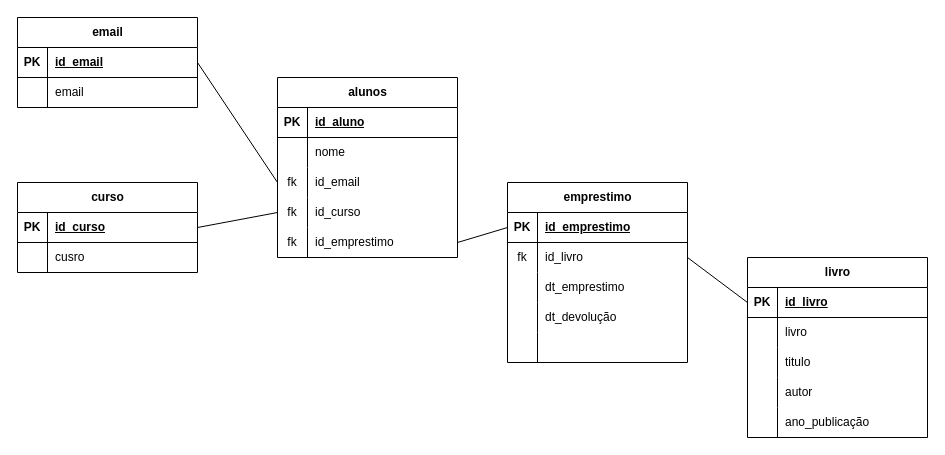
Earlier version of the draw.io diagram atividades/bcd/2-atividade/atividade 1_empresa/atividade_empresa.drawio (eyckjaardel99-del/repositorioSENAI). Source tidied: cells renumbered, new cells numbered last; positions are measured from the earlier drawing's top-left corner, leaving out a move shared by most shapes. Both pictures are drawn from the tidied source at 100%, with x=0, y=0 at pixel (17, 17).
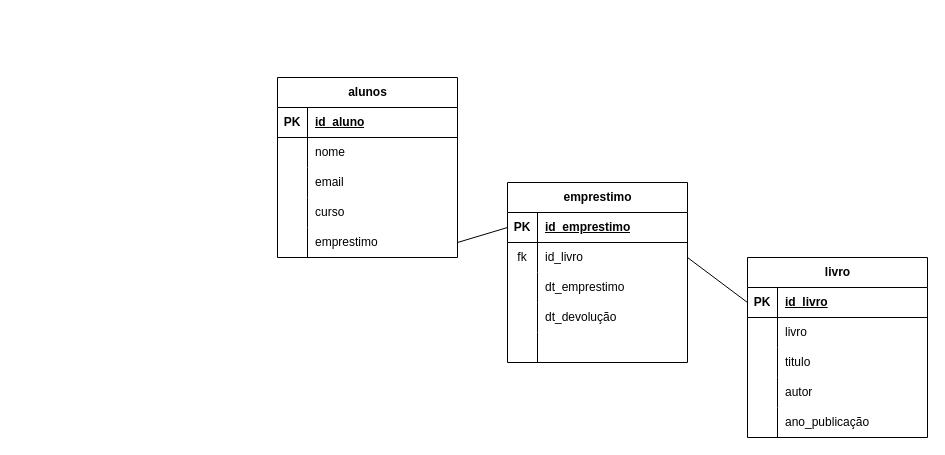
The same diagram, later.

The change refers to these unchanged cells:
```xml
<mxCell id="9" style="shape=tableRow;horizontal=0;startSize=0;swimlaneHead=0;swimlaneBody=0;fillColor=none;points=[[0,0.5],[1,0.5]];portConstraint=eastwest;top=0;left=0;right=0;bottom=0;" parent="2" vertex="1">
  <mxGeometry y="90" width="180" height="30" as="geometry" />
</mxCell>
<mxCell id="12" style="shape=tableRow;horizontal=0;startSize=0;swimlaneHead=0;swimlaneBody=0;fillColor=none;points=[[0,0.5],[1,0.5]];portConstraint=eastwest;top=0;left=0;right=0;bottom=0;" parent="2" vertex="1">
  <mxGeometry y="120" width="180" height="30" as="geometry" />
</mxCell>
<mxCell id="15" style="shape=tableRow;horizontal=0;startSize=0;swimlaneHead=0;swimlaneBody=0;fillColor=none;points=[[0,0.5],[1,0.5]];portConstraint=eastwest;top=0;left=0;right=0;bottom=0;" parent="2" vertex="1">
  <mxGeometry y="150" width="180" height="30" as="geometry" />
</mxCell>
```

The edit, as a diff of the source:
```diff
@@
-    <mxCell id="10" value="fk" style="shape=partialRectangle;fillColor=none;top=0;left=0;bottom=0;right=0;overflow=hidden;whiteSpace=wrap;html=1;" parent="9" vertex="1">
+    <mxCell id="10" style="shape=partialRectangle;fillColor=none;top=0;left=0;bottom=0;right=0;overflow=hidden;whiteSpace=wrap;html=1;" parent="9" vertex="1">
       <mxGeometry width="30" height="30" as="geometry" />
     </mxCell>
-    <mxCell id="11" value="id_email" style="shape=partialRectangle;fillColor=none;top=0;left=0;bottom=0;right=0;align=left;spacingLeft=6;overflow=hidden;whiteSpace=wrap;html=1;" parent="9" vertex="1">
+    <mxCell id="11" value="email" style="shape=partialRectangle;fillColor=none;top=0;left=0;bottom=0;right=0;align=left;spacingLeft=6;overflow=hidden;whiteSpace=wrap;html=1;" parent="9" vertex="1">
       <mxGeometry x="30" width="150" height="30" as="geometry" />
     </mxCell>
@@
-    <mxCell id="13" value="fk" style="shape=partialRectangle;fillColor=none;top=0;left=0;bottom=0;right=0;overflow=hidden;whiteSpace=wrap;html=1;" parent="12" vertex="1">
+    <mxCell id="13" style="shape=partialRectangle;fillColor=none;top=0;left=0;bottom=0;right=0;overflow=hidden;whiteSpace=wrap;html=1;" parent="12" vertex="1">
       <mxGeometry width="30" height="30" as="geometry" />
     </mxCell>
-    <mxCell id="14" value="id_curso" style="shape=partialRectangle;fillColor=none;top=0;left=0;bottom=0;right=0;align=left;spacingLeft=6;overflow=hidden;whiteSpace=wrap;html=1;" parent="12" vertex="1">
+    <mxCell id="14" value="curso" style="shape=partialRectangle;fillColor=none;top=0;left=0;bottom=0;right=0;align=left;spacingLeft=6;overflow=hidden;whiteSpace=wrap;html=1;" parent="12" vertex="1">
       <mxGeometry x="30" width="150" height="30" as="geometry" />
     </mxCell>
@@
-    <mxCell id="16" value="fk" style="shape=partialRectangle;fillColor=none;top=0;left=0;bottom=0;right=0;overflow=hidden;whiteSpace=wrap;html=1;" parent="15" vertex="1">
+    <mxCell id="16" style="shape=partialRectangle;fillColor=none;top=0;left=0;bottom=0;right=0;overflow=hidden;whiteSpace=wrap;html=1;" parent="15" vertex="1">
       <mxGeometry width="30" height="30" as="geometry" />
     </mxCell>
-    <mxCell id="17" value="id_emprestimo" style="shape=partialRectangle;fillColor=none;top=0;left=0;bottom=0;right=0;align=left;spacingLeft=6;overflow=hidden;whiteSpace=wrap;html=1;" parent="15" vertex="1">
+    <mxCell id="17" value="emprestimo" style="shape=partialRectangle;fillColor=none;top=0;left=0;bottom=0;right=0;align=left;spacingLeft=6;overflow=hidden;whiteSpace=wrap;html=1;" parent="15" vertex="1">
       <mxGeometry x="30" width="150" height="30" as="geometry" />
     </mxCell>
@@
-    <mxCell id="50" value="email" style="shape=table;startSize=30;childLayout=tableLayout;rowLines=0;fontStyle=1;align=center;html=1;" parent="1" vertex="1">
-      <mxGeometry width="180" height="90" as="geometry" />
-    </mxCell>
-    <mxCell id="51" style="shape=tableRow;horizontal=0;startSize=0;swimlaneHead=0;swimlaneBody=0;fillColor=none;points=[[0,0.5],[1,0.5]];portConstraint=eastwest;top=0;left=0;right=0;bottom=1;" parent="50" vertex="1">
-      <mxGeometry y="30" width="180" height="30" as="geometry" />
-    </mxCell>
-    <mxCell id="52" value="PK" style="shape=partialRectangle;fillColor=none;top=0;left=0;bottom=0;right=0;fontStyle=1;overflow=hidden;whiteSpace=wrap;html=1;" parent="51" vertex="1">
-      <mxGeometry width="30" height="30" as="geometry" />
-    </mxCell>
-    <mxCell id="53" value="id_email" style="shape=partialRectangle;fillColor=none;top=0;left=0;bottom=0;right=0;align=left;spacingLeft=6;fontStyle=5;overflow=hidden;whiteSpace=wrap;html=1;" parent="51" vertex="1">
-      <mxGeometry x="30" width="150" height="30" as="geometry" />
-    </mxCell>
-    <mxCell id="54" style="shape=tableRow;horizontal=0;startSize=0;swimlaneHead=0;swimlaneBody=0;fillColor=none;top=0;left=0;right=0;bottom=0;" parent="50" vertex="1">
-      <mxGeometry y="60" width="180" height="30" as="geometry" />
-    </mxCell>
-    <mxCell id="55" style="shape=partialRectangle;fillColor=none;top=0;left=0;bottom=0;right=0;overflow=hidden;whiteSpace=wrap;html=1;" parent="54" vertex="1">
-      <mxGeometry width="30" height="30" as="geometry" />
-    </mxCell>
-    <mxCell id="56" value="email" style="shape=partialRectangle;fillColor=none;top=0;left=0;bottom=0;right=0;align=left;spacingLeft=6;overflow=hidden;whiteSpace=wrap;html=1;" parent="54" vertex="1">
-      <mxGeometry x="30" width="150" height="30" as="geometry" />
-    </mxCell>
-    <mxCell id="57" value="curso" style="shape=table;startSize=30;childLayout=tableLayout;rowLines=0;fontStyle=1;align=center;html=1;" parent="1" vertex="1">
-      <mxGeometry y="165" width="180" height="90" as="geometry" />
-    </mxCell>
-    <mxCell id="58" style="shape=tableRow;horizontal=0;startSize=0;swimlaneHead=0;swimlaneBody=0;fillColor=none;points=[[0,0.5],[1,0.5]];portConstraint=eastwest;top=0;left=0;right=0;bottom=1;" parent="57" vertex="1">
-      <mxGeometry y="30" width="180" height="30" as="geometry" />
-    </mxCell>
-    <mxCell id="59" value="PK" style="shape=partialRectangle;fillColor=none;top=0;left=0;bottom=0;right=0;fontStyle=1;overflow=hidden;whiteSpace=wrap;html=1;" parent="58" vertex="1">
-      <mxGeometry width="30" height="30" as="geometry" />
-    </mxCell>
-    <mxCell id="60" value="id_curso" style="shape=partialRectangle;fillColor=none;top=0;left=0;bottom=0;right=0;align=left;spacingLeft=6;fontStyle=5;overflow=hidden;whiteSpace=wrap;html=1;" parent="58" vertex="1">
-      <mxGeometry x="30" width="150" height="30" as="geometry" />
-    </mxCell>
-    <mxCell id="61" style="shape=tableRow;horizontal=0;startSize=0;swimlaneHead=0;swimlaneBody=0;fillColor=none;top=0;left=0;right=0;bottom=0;" parent="57" vertex="1">
-      <mxGeometry y="60" width="180" height="30" as="geometry" />
-    </mxCell>
-    <mxCell id="62" style="shape=partialRectangle;fillColor=none;top=0;left=0;bottom=0;right=0;overflow=hidden;whiteSpace=wrap;html=1;" parent="61" vertex="1">
-      <mxGeometry width="30" height="30" as="geometry" />
-    </mxCell>
-    <mxCell id="63" value="cusro" style="shape=partialRectangle;fillColor=none;top=0;left=0;bottom=0;right=0;align=left;spacingLeft=6;overflow=hidden;whiteSpace=wrap;html=1;" parent="61" vertex="1">
-      <mxGeometry x="30" width="150" height="30" as="geometry" />
-    </mxCell>
-    <mxCell id="64" style="rounded=0;jettySize=auto;html=1;exitX=1;exitY=0.5;exitDx=0;exitDy=0;entryX=0;entryY=0.5;entryDx=0;entryDy=0;endArrow=none;endFill=0;" parent="1" edge="1" source="51" target="9">
-      <mxGeometry relative="1" as="geometry" />
-    </mxCell>
-    <mxCell id="65" style="rounded=0;jettySize=auto;html=1;exitX=1;exitY=0.5;exitDx=0;exitDy=0;entryX=0;entryY=0.5;entryDx=0;entryDy=0;endArrow=none;endFill=0;" parent="1" edge="1" source="58" target="12">
-      <mxGeometry relative="1" as="geometry" />
-    </mxCell>
```
